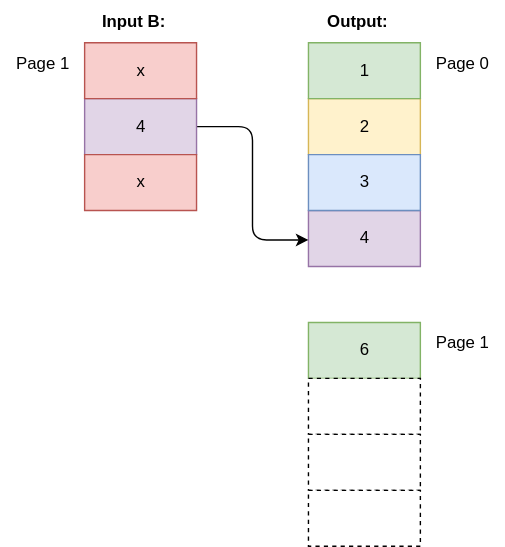
Earlier version of the draw.io export images/MergeResponsesKomplexSolution4.svg (cwahlmann/searchadapter). Source tidied: cells renumbered, new cells last; positions are measured from the earlier drawing's top-left corner, leaving out a move shared by most shapes.
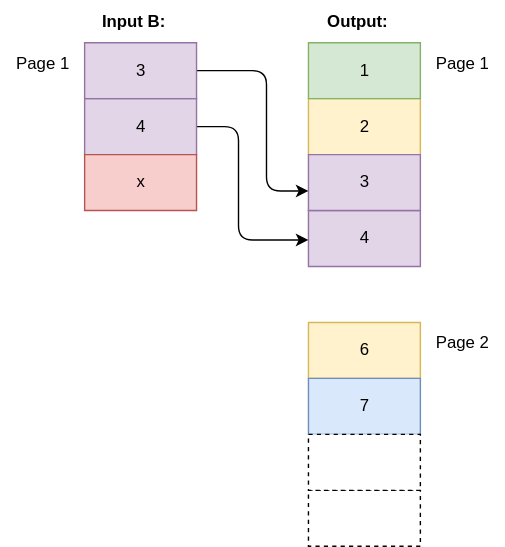
The same diagram one commit later.

Change to the diagram source:
```diff
@@ -2,7 +2,7 @@
   <root>
     <mxCell id="0" />
     <mxCell id="1" parent="0" />
-    <mxCell id="2" value="Page 0" style="text;html=1;align=center;verticalAlign=middle;strokeColor=none;fillColor=none;" parent="1" vertex="1">
+    <mxCell id="2" value="Page 1" style="text;html=1;align=center;verticalAlign=middle;strokeColor=none;fillColor=none;" parent="1" vertex="1">
       <mxGeometry x="300" y="30" width="60" height="30" as="geometry" />
     </mxCell>
     <mxCell id="3" value="&lt;b&gt;Output:&lt;/b&gt;" style="text;html=1;align=center;verticalAlign=middle;strokeColor=none;fillColor=none;" parent="1" vertex="1">
@@ -17,11 +17,16 @@
     <mxCell id="6" value="1" style="verticalLabelPosition=middle;verticalAlign=middle;html=1;shape=mxgraph.basic.rect;fillColor2=none;strokeWidth=1;size=20;indent=5;labelPosition=center;align=center;fillColor=#d5e8d4;strokeColor=#82b366;" parent="1" vertex="1">
       <mxGeometry x="220" y="30" width="80" height="40" as="geometry" />
     </mxCell>
-    <mxCell id="7" value="3" style="verticalLabelPosition=middle;verticalAlign=middle;html=1;shape=mxgraph.basic.rect;fillColor2=none;strokeWidth=1;size=20;indent=5;labelPosition=center;align=center;fillColor=#dae8fc;strokeColor=#6c8ebf;" parent="1" vertex="1">
+    <mxCell id="7" value="3" style="verticalLabelPosition=middle;verticalAlign=middle;html=1;shape=mxgraph.basic.rect;fillColor2=none;strokeWidth=1;size=20;indent=5;labelPosition=center;align=center;fillColor=#e1d5e7;strokeColor=#9673a6;" parent="1" vertex="1">
       <mxGeometry x="220" y="110" width="80" height="40" as="geometry" />
     </mxCell>
     <mxCell id="8" style="edgeStyle=orthogonalEdgeStyle;rounded=1;jettySize=auto;html=1;entryX=0;entryY=0.525;entryDx=0;entryDy=0;entryPerimeter=0;" parent="1" edge="1" source="9" target="5">
-      <mxGeometry relative="1" as="geometry" />
+      <mxGeometry relative="1" as="geometry">
+        <Array as="points">
+          <mxPoint x="170" y="90" />
+          <mxPoint x="170" y="171" />
+        </Array>
+      </mxGeometry>
     </mxCell>
     <mxCell id="9" value="4" style="verticalLabelPosition=middle;verticalAlign=middle;html=1;shape=mxgraph.basic.rect;fillColor2=none;strokeWidth=1;size=20;indent=5;labelPosition=center;align=center;fillColor=#e1d5e7;strokeColor=#9673a6;" parent="1" vertex="1">
       <mxGeometry x="60" y="70" width="80" height="40" as="geometry" />
@@ -29,7 +34,15 @@
     <mxCell id="10" value="&lt;b&gt;Input B:&lt;/b&gt;" style="text;html=1;align=center;verticalAlign=middle;strokeColor=none;fillColor=none;" parent="1" vertex="1">
       <mxGeometry x="60" width="70" height="30" as="geometry" />
     </mxCell>
+    <mxCell id="19" style="edgeStyle=orthogonalEdgeStyle;rounded=1;jettySize=auto;html=1;entryX=0;entryY=0.65;entryDx=0;entryDy=0;entryPerimeter=0;" parent="1" edge="1" source="11" target="7">
+      <mxGeometry relative="1" as="geometry">
+        <Array as="points">
+          <mxPoint x="190" y="50" />
+          <mxPoint x="190" y="136" />
+        </Array>
+      </mxGeometry>
+    </mxCell>
-    <mxCell id="11" value="x" style="verticalLabelPosition=middle;verticalAlign=middle;html=1;shape=mxgraph.basic.rect;fillColor2=none;strokeWidth=1;size=20;indent=5;labelPosition=center;align=center;fillColor=#f8cecc;strokeColor=#b85450;" parent="1" vertex="1">
+    <mxCell id="11" value="3" style="verticalLabelPosition=middle;verticalAlign=middle;html=1;shape=mxgraph.basic.rect;fillColor2=none;strokeWidth=1;size=20;indent=5;labelPosition=center;align=center;fillColor=#e1d5e7;strokeColor=#9673a6;" parent="1" vertex="1">
       <mxGeometry x="60" y="30" width="80" height="40" as="geometry" />
     </mxCell>
     <mxCell id="12" value="x" style="verticalLabelPosition=middle;verticalAlign=middle;html=1;shape=mxgraph.basic.rect;fillColor2=none;strokeWidth=1;size=20;indent=5;labelPosition=center;align=center;fillColor=#f8cecc;strokeColor=#b85450;" parent="1" vertex="1">
@@ -38,20 +51,20 @@
     <mxCell id="13" value="Page 1" style="text;html=1;align=center;verticalAlign=middle;strokeColor=none;fillColor=none;" parent="1" vertex="1">
       <mxGeometry y="30" width="60" height="30" as="geometry" />
     </mxCell>
-    <mxCell id="14" value="6" style="verticalLabelPosition=middle;verticalAlign=middle;html=1;shape=mxgraph.basic.rect;fillColor2=none;strokeWidth=1;size=20;indent=5;labelPosition=center;align=center;fillColor=#d5e8d4;strokeColor=#82b366;" parent="1" vertex="1">
+    <mxCell id="14" value="6" style="verticalLabelPosition=middle;verticalAlign=middle;html=1;shape=mxgraph.basic.rect;fillColor2=none;strokeWidth=1;size=20;indent=5;labelPosition=center;align=center;fillColor=#fff2cc;strokeColor=#d6b656;" parent="1" vertex="1">
       <mxGeometry x="220" y="230" width="80" height="40" as="geometry" />
     </mxCell>
-    <mxCell id="15" value="Page 1" style="text;html=1;align=center;verticalAlign=middle;strokeColor=none;fillColor=none;" parent="1" vertex="1">
+    <mxCell id="15" value="Page 2" style="text;html=1;align=center;verticalAlign=middle;strokeColor=none;fillColor=none;" parent="1" vertex="1">
       <mxGeometry x="300" y="230" width="60" height="30" as="geometry" />
     </mxCell>
-    <mxCell id="16" style="verticalLabelPosition=middle;verticalAlign=middle;html=1;shape=mxgraph.basic.rect;fillColor2=none;strokeWidth=1;size=20;indent=5;labelPosition=center;align=center;dashed=1;" parent="1" vertex="1">
+    <mxCell id="16" value="7" style="verticalLabelPosition=middle;verticalAlign=middle;html=1;shape=mxgraph.basic.rect;fillColor2=none;strokeWidth=1;size=20;indent=5;labelPosition=center;align=center;fillColor=#dae8fc;strokeColor=#6c8ebf;" parent="1" vertex="1">
       <mxGeometry x="220" y="270" width="80" height="40" as="geometry" />
     </mxCell>
-    <mxCell id="17" style="verticalLabelPosition=middle;verticalAlign=middle;html=1;shape=mxgraph.basic.rect;fillColor2=none;strokeWidth=1;size=20;indent=5;labelPosition=center;align=center;dashed=1;" parent="1" vertex="1">
-      <mxGeometry x="220" y="310" width="80" height="40" as="geometry" />
-    </mxCell>
     <mxCell id="18" style="verticalLabelPosition=middle;verticalAlign=middle;html=1;shape=mxgraph.basic.rect;fillColor2=none;strokeWidth=1;size=20;indent=5;labelPosition=center;align=center;dashed=1;" parent="1" vertex="1">
       <mxGeometry x="220" y="350" width="80" height="40" as="geometry" />
     </mxCell>
+    <mxCell id="20" style="verticalLabelPosition=middle;verticalAlign=middle;html=1;shape=mxgraph.basic.rect;fillColor2=none;strokeWidth=1;size=20;indent=5;labelPosition=center;align=center;dashed=1;" parent="1" vertex="1">
+      <mxGeometry x="220" y="310" width="80" height="40" as="geometry" />
+    </mxCell>
   </root>
 </mxGraphModel>
```
